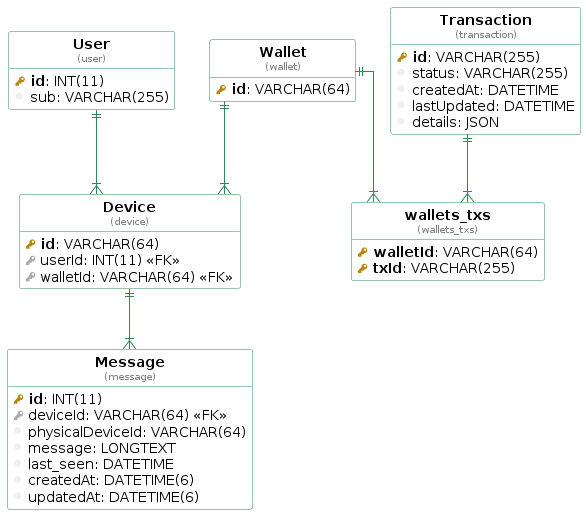
fireblocks/ncw-backend-demo keeps this PlantUML diagram as assets/images/model.png. Above is the earlier version.
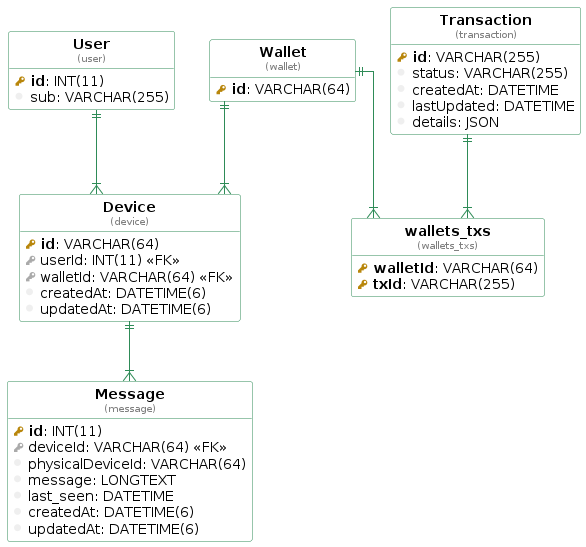
The same diagram one commit later.

Diff of the diagram source:
```diff
@@ -54,6 +54,8 @@
   pkey( id ): VARCHAR(64)
   fkey( userId ): INT(11) <<FK>>
   fkey( walletId ): VARCHAR(64) <<FK>>
+  column( createdAt ): DATETIME(6)
+  column( updatedAt ): DATETIME(6)
 }
 
 table( wallets_txs, wallets_txs ) as wallets_txs {
```
